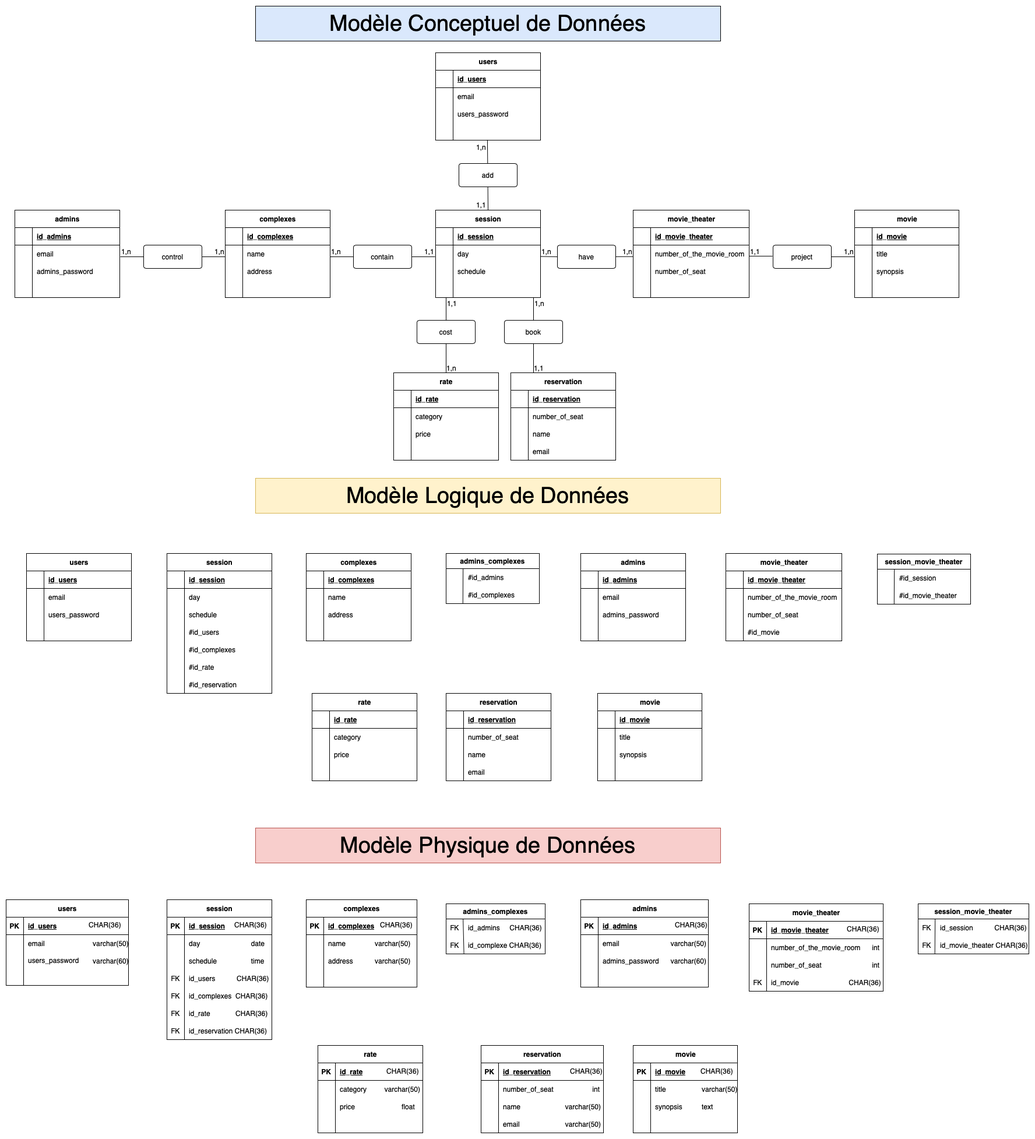
Above: Merise-Theater.png in coraline9d/Theater (draw.io), before the change. Source tidied: cells renumbered, new cells last; positions are measured from the earlier drawing's top-left corner, leaving out a move shared by most shapes.
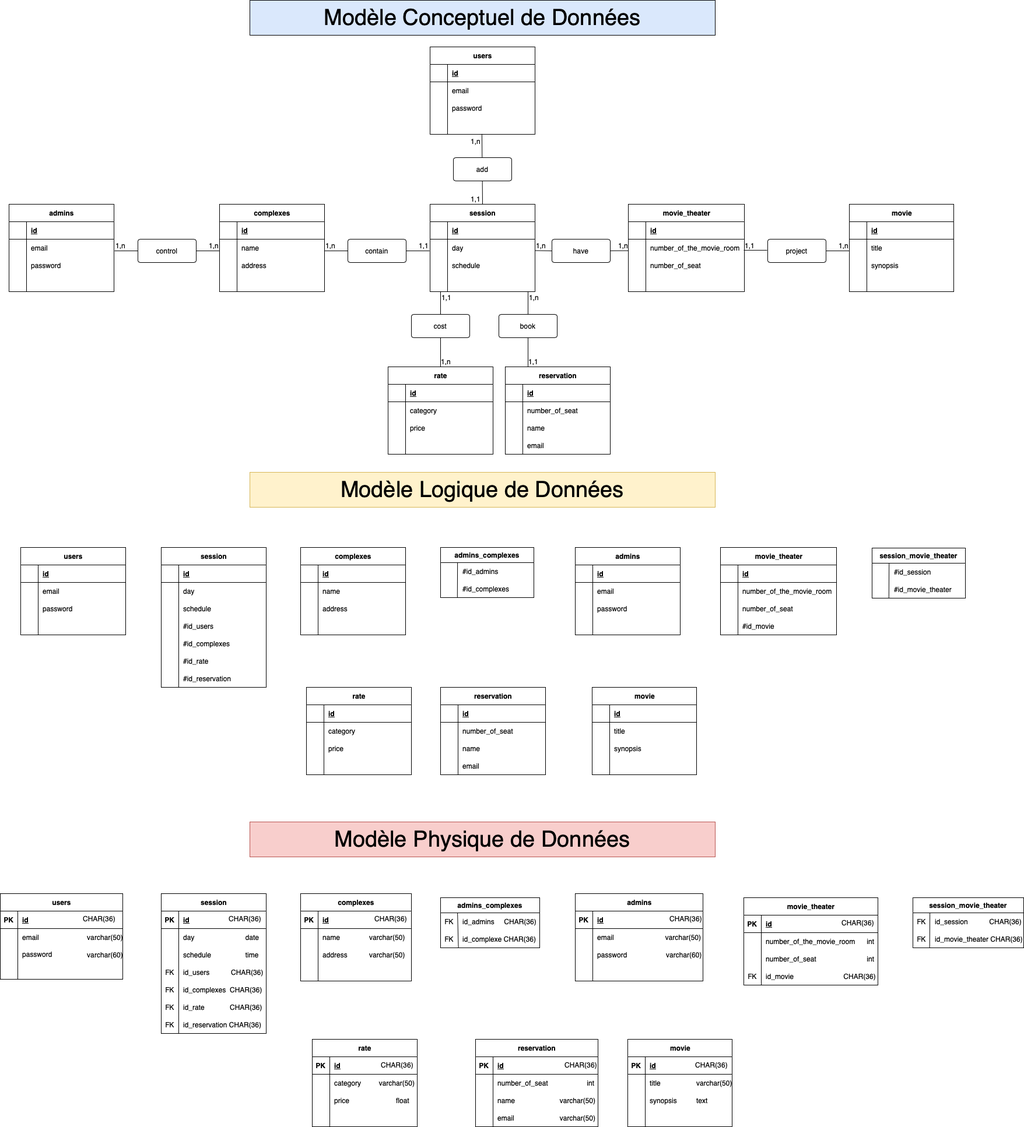
After the commit.

Change to the diagram source:
```diff
@@ -13,3 +13,3 @@
     </mxCell>
-    <mxCell id="5" value="id_complexes" style="shape=partialRectangle;fillColor=none;top=0;left=0;bottom=0;right=0;align=left;spacingLeft=6;fontStyle=5;overflow=hidden;whiteSpace=wrap;html=1;" parent="3" vertex="1">
+    <mxCell id="5" value="id" style="shape=partialRectangle;fillColor=none;top=0;left=0;bottom=0;right=0;align=left;spacingLeft=6;fontStyle=5;overflow=hidden;whiteSpace=wrap;html=1;" parent="3" vertex="1">
       <mxGeometry x="30" width="150" height="30" as="geometry" />
@@ -52,3 +52,3 @@
     </mxCell>
-    <mxCell id="18" value="id_session" style="shape=partialRectangle;fillColor=none;top=0;left=0;bottom=0;right=0;align=left;spacingLeft=6;fontStyle=5;overflow=hidden;whiteSpace=wrap;html=1;" parent="16" vertex="1">
+    <mxCell id="18" value="id" style="shape=partialRectangle;fillColor=none;top=0;left=0;bottom=0;right=0;align=left;spacingLeft=6;fontStyle=5;overflow=hidden;whiteSpace=wrap;html=1;" parent="16" vertex="1">
       <mxGeometry x="30" width="150" height="30" as="geometry" />
@@ -102,3 +102,3 @@
     <mxCell id="33" value="movie_theater" style="shape=table;startSize=30;rowLines=0;fontStyle=1;align=center;html=1;" parent="1" vertex="1">
-      <mxGeometry x="1076" y="350" width="199" height="150" as="geometry" />
+      <mxGeometry x="1077" y="350" width="199" height="150" as="geometry" />
     </mxCell>
@@ -110,3 +110,3 @@
     </mxCell>
-    <mxCell id="36" value="id_movie_theater" style="shape=partialRectangle;fillColor=none;top=0;left=0;bottom=0;right=0;align=left;spacingLeft=6;fontStyle=5;overflow=hidden;whiteSpace=wrap;html=1;" parent="34" vertex="1">
+    <mxCell id="36" value="id" style="shape=partialRectangle;fillColor=none;top=0;left=0;bottom=0;right=0;align=left;spacingLeft=6;fontStyle=5;overflow=hidden;whiteSpace=wrap;html=1;" parent="34" vertex="1">
       <mxGeometry x="30" width="169" height="30" as="geometry" />
@@ -166,3 +166,3 @@
     </mxCell>
-    <mxCell id="54" value="id_movie" style="shape=partialRectangle;fillColor=none;top=0;left=0;bottom=0;right=0;align=left;spacingLeft=6;fontStyle=5;overflow=hidden;whiteSpace=wrap;html=1;" parent="52" vertex="1">
+    <mxCell id="54" value="id" style="shape=partialRectangle;fillColor=none;top=0;left=0;bottom=0;right=0;align=left;spacingLeft=6;fontStyle=5;overflow=hidden;whiteSpace=wrap;html=1;" parent="52" vertex="1">
       <mxGeometry x="30" width="149" height="30" as="geometry" />
@@ -227,3 +227,3 @@
     </mxCell>
-    <mxCell id="72" value="id_rate" style="shape=partialRectangle;fillColor=none;top=0;left=0;bottom=0;right=0;align=left;spacingLeft=6;fontStyle=5;overflow=hidden;whiteSpace=wrap;html=1;" parent="70" vertex="1">
+    <mxCell id="72" value="id" style="shape=partialRectangle;fillColor=none;top=0;left=0;bottom=0;right=0;align=left;spacingLeft=6;fontStyle=5;overflow=hidden;whiteSpace=wrap;html=1;" parent="70" vertex="1">
       <mxGeometry x="30" width="150" height="30" as="geometry" />
@@ -284,3 +284,3 @@
     </mxCell>
-    <mxCell id="89" value="id_reservation" style="shape=partialRectangle;fillColor=none;top=0;left=0;bottom=0;right=0;align=left;spacingLeft=6;fontStyle=5;overflow=hidden;whiteSpace=wrap;html=1;" parent="87" vertex="1">
+    <mxCell id="89" value="id" style="shape=partialRectangle;fillColor=none;top=0;left=0;bottom=0;right=0;align=left;spacingLeft=6;fontStyle=5;overflow=hidden;whiteSpace=wrap;html=1;" parent="87" vertex="1">
       <mxGeometry x="30" width="150" height="30" as="geometry" />
@@ -323,3 +323,3 @@
     </mxCell>
-    <mxCell id="102" value="id_users" style="shape=partialRectangle;fillColor=none;top=0;left=0;bottom=0;right=0;align=left;spacingLeft=6;fontStyle=5;overflow=hidden;whiteSpace=wrap;html=1;" parent="100" vertex="1">
+    <mxCell id="102" value="id" style="shape=partialRectangle;fillColor=none;top=0;left=0;bottom=0;right=0;align=left;spacingLeft=6;fontStyle=5;overflow=hidden;whiteSpace=wrap;html=1;" parent="100" vertex="1">
       <mxGeometry x="30" width="150" height="30" as="geometry" />
@@ -341,3 +341,3 @@
     </mxCell>
-    <mxCell id="108" value="users_password" style="shape=partialRectangle;fillColor=none;top=0;left=0;bottom=0;right=0;align=left;spacingLeft=6;overflow=hidden;whiteSpace=wrap;html=1;" parent="106" vertex="1">
+    <mxCell id="108" value="password" style="shape=partialRectangle;fillColor=none;top=0;left=0;bottom=0;right=0;align=left;spacingLeft=6;overflow=hidden;whiteSpace=wrap;html=1;" parent="106" vertex="1">
       <mxGeometry x="30" width="150" height="30" as="geometry" />
@@ -381,3 +381,3 @@
     </mxCell>
-    <mxCell id="119" value="id_admins" style="shape=partialRectangle;fillColor=none;top=0;left=0;bottom=0;right=0;align=left;spacingLeft=6;fontStyle=5;overflow=hidden;whiteSpace=wrap;html=1;" parent="117" vertex="1">
+    <mxCell id="119" value="id" style="shape=partialRectangle;fillColor=none;top=0;left=0;bottom=0;right=0;align=left;spacingLeft=6;fontStyle=5;overflow=hidden;whiteSpace=wrap;html=1;" parent="117" vertex="1">
       <mxGeometry x="30" width="150" height="30" as="geometry" />
@@ -399,3 +399,3 @@
     </mxCell>
-    <mxCell id="125" value="admins_password" style="shape=partialRectangle;fillColor=none;top=0;left=0;bottom=0;right=0;align=left;spacingLeft=6;overflow=hidden;whiteSpace=wrap;html=1;" parent="123" vertex="1">
+    <mxCell id="125" value="password" style="shape=partialRectangle;fillColor=none;top=0;left=0;bottom=0;right=0;align=left;spacingLeft=6;overflow=hidden;whiteSpace=wrap;html=1;" parent="123" vertex="1">
       <mxGeometry x="30" width="150" height="30" as="geometry" />
@@ -458,3 +458,3 @@
     </mxCell>
-    <mxCell id="142" value="id_users" style="shape=partialRectangle;fillColor=none;top=0;left=0;bottom=0;right=0;align=left;spacingLeft=6;fontStyle=5;overflow=hidden;whiteSpace=wrap;html=1;" parent="140" vertex="1">
+    <mxCell id="142" value="id" style="shape=partialRectangle;fillColor=none;top=0;left=0;bottom=0;right=0;align=left;spacingLeft=6;fontStyle=5;overflow=hidden;whiteSpace=wrap;html=1;" parent="140" vertex="1">
       <mxGeometry x="30" width="150" height="30" as="geometry" />
@@ -476,3 +476,3 @@
     </mxCell>
-    <mxCell id="148" value="users_password" style="shape=partialRectangle;fillColor=none;top=0;left=0;bottom=0;right=0;align=left;spacingLeft=6;overflow=hidden;whiteSpace=wrap;html=1;" parent="146" vertex="1">
+    <mxCell id="148" value="password" style="shape=partialRectangle;fillColor=none;top=0;left=0;bottom=0;right=0;align=left;spacingLeft=6;overflow=hidden;whiteSpace=wrap;html=1;" parent="146" vertex="1">
       <mxGeometry x="30" width="150" height="30" as="geometry" />
@@ -497,3 +497,3 @@
     </mxCell>
-    <mxCell id="155" value="id_session" style="shape=partialRectangle;fillColor=none;top=0;left=0;bottom=0;right=0;align=left;spacingLeft=6;fontStyle=5;overflow=hidden;whiteSpace=wrap;html=1;" parent="153" vertex="1">
+    <mxCell id="155" value="id" style="shape=partialRectangle;fillColor=none;top=0;left=0;bottom=0;right=0;align=left;spacingLeft=6;fontStyle=5;overflow=hidden;whiteSpace=wrap;html=1;" parent="153" vertex="1">
       <mxGeometry x="30" width="150" height="30" as="geometry" />
@@ -563,3 +563,3 @@
     </mxCell>
-    <mxCell id="177" value="id_complexes" style="shape=partialRectangle;fillColor=none;top=0;left=0;bottom=0;right=0;align=left;spacingLeft=6;fontStyle=5;overflow=hidden;whiteSpace=wrap;html=1;" parent="175" vertex="1">
+    <mxCell id="177" value="id" style="shape=partialRectangle;fillColor=none;top=0;left=0;bottom=0;right=0;align=left;spacingLeft=6;fontStyle=5;overflow=hidden;whiteSpace=wrap;html=1;" parent="175" vertex="1">
       <mxGeometry x="30" width="150" height="30" as="geometry" />
@@ -605,3 +605,3 @@
     </mxCell>
-    <mxCell id="191" value="id_admins" style="shape=partialRectangle;fillColor=none;top=0;left=0;bottom=0;right=0;align=left;spacingLeft=6;fontStyle=5;overflow=hidden;whiteSpace=wrap;html=1;" parent="189" vertex="1">
+    <mxCell id="191" value="id" style="shape=partialRectangle;fillColor=none;top=0;left=0;bottom=0;right=0;align=left;spacingLeft=6;fontStyle=5;overflow=hidden;whiteSpace=wrap;html=1;" parent="189" vertex="1">
       <mxGeometry x="30" width="150" height="30" as="geometry" />
@@ -623,3 +623,3 @@
     </mxCell>
-    <mxCell id="197" value="admins_password" style="shape=partialRectangle;fillColor=none;top=0;left=0;bottom=0;right=0;align=left;spacingLeft=6;overflow=hidden;whiteSpace=wrap;html=1;" parent="195" vertex="1">
+    <mxCell id="197" value="password" style="shape=partialRectangle;fillColor=none;top=0;left=0;bottom=0;right=0;align=left;spacingLeft=6;overflow=hidden;whiteSpace=wrap;html=1;" parent="195" vertex="1">
       <mxGeometry x="30" width="150" height="30" as="geometry" />
@@ -644,3 +644,3 @@
     </mxCell>
-    <mxCell id="204" value="id_movie_theater" style="shape=partialRectangle;fillColor=none;top=0;left=0;bottom=0;right=0;align=left;spacingLeft=6;fontStyle=5;overflow=hidden;whiteSpace=wrap;html=1;" parent="202" vertex="1">
+    <mxCell id="204" value="id" style="shape=partialRectangle;fillColor=none;top=0;left=0;bottom=0;right=0;align=left;spacingLeft=6;fontStyle=5;overflow=hidden;whiteSpace=wrap;html=1;" parent="202" vertex="1">
       <mxGeometry x="30" width="169" height="30" as="geometry" />
@@ -683,3 +683,3 @@
     </mxCell>
-    <mxCell id="217" value="id_movie" style="shape=partialRectangle;fillColor=none;top=0;left=0;bottom=0;right=0;align=left;spacingLeft=6;fontStyle=5;overflow=hidden;whiteSpace=wrap;html=1;" parent="215" vertex="1">
+    <mxCell id="217" value="id" style="shape=partialRectangle;fillColor=none;top=0;left=0;bottom=0;right=0;align=left;spacingLeft=6;fontStyle=5;overflow=hidden;whiteSpace=wrap;html=1;" parent="215" vertex="1">
       <mxGeometry x="30" width="149" height="30" as="geometry" />
@@ -722,3 +722,3 @@
     </mxCell>
-    <mxCell id="230" value="id_reservation" style="shape=partialRectangle;fillColor=none;top=0;left=0;bottom=0;right=0;align=left;spacingLeft=6;fontStyle=5;overflow=hidden;whiteSpace=wrap;html=1;" parent="228" vertex="1">
+    <mxCell id="230" value="id" style="shape=partialRectangle;fillColor=none;top=0;left=0;bottom=0;right=0;align=left;spacingLeft=6;fontStyle=5;overflow=hidden;whiteSpace=wrap;html=1;" parent="228" vertex="1">
       <mxGeometry x="30" width="150" height="30" as="geometry" />
@@ -761,3 +761,3 @@
     </mxCell>
-    <mxCell id="243" value="id_rate" style="shape=partialRectangle;fillColor=none;top=0;left=0;bottom=0;right=0;align=left;spacingLeft=6;fontStyle=5;overflow=hidden;whiteSpace=wrap;html=1;" parent="241" vertex="1">
+    <mxCell id="243" value="id" style="shape=partialRectangle;fillColor=none;top=0;left=0;bottom=0;right=0;align=left;spacingLeft=6;fontStyle=5;overflow=hidden;whiteSpace=wrap;html=1;" parent="241" vertex="1">
       <mxGeometry x="30" width="150" height="30" as="geometry" />
@@ -803,3 +803,3 @@
     </mxCell>
-    <mxCell id="257" value="id_users&lt;span style=&quot;white-space: pre;&quot;&gt;&lt;span style=&quot;white-space: pre;&quot;&gt;&lt;span style=&quot;white-space: pre;&quot;&gt;&lt;/span&gt;&lt;/span&gt;&lt;/span&gt;" style="shape=partialRectangle;fillColor=none;top=0;left=0;bottom=0;right=0;align=left;spacingLeft=6;fontStyle=5;overflow=hidden;whiteSpace=wrap;html=1;" parent="255" vertex="1">
+    <mxCell id="257" value="id" style="shape=partialRectangle;fillColor=none;top=0;left=0;bottom=0;right=0;align=left;spacingLeft=6;fontStyle=5;overflow=hidden;whiteSpace=wrap;html=1;" parent="255" vertex="1">
       <mxGeometry x="30" width="180" height="30" as="geometry" />
@@ -821,3 +821,3 @@
     </mxCell>
-    <mxCell id="263" value="users_password" style="shape=partialRectangle;fillColor=none;top=0;left=0;bottom=0;right=0;align=left;spacingLeft=6;overflow=hidden;whiteSpace=wrap;html=1;" parent="261" vertex="1">
+    <mxCell id="263" value="password" style="shape=partialRectangle;fillColor=none;top=0;left=0;bottom=0;right=0;align=left;spacingLeft=6;overflow=hidden;whiteSpace=wrap;html=1;" parent="261" vertex="1">
       <mxGeometry x="30" width="180" height="27" as="geometry" />
@@ -842,3 +842,3 @@
     </mxCell>
-    <mxCell id="270" value="id_session" style="shape=partialRectangle;fillColor=none;top=0;left=0;bottom=0;right=0;align=left;spacingLeft=6;fontStyle=5;overflow=hidden;whiteSpace=wrap;html=1;" parent="268" vertex="1">
+    <mxCell id="270" value="id" style="shape=partialRectangle;fillColor=none;top=0;left=0;bottom=0;right=0;align=left;spacingLeft=6;fontStyle=5;overflow=hidden;whiteSpace=wrap;html=1;" parent="268" vertex="1">
       <mxGeometry x="30" width="150" height="30" as="geometry" />
@@ -908,3 +908,3 @@
     </mxCell>
-    <mxCell id="292" value="id_complexes" style="shape=partialRectangle;fillColor=none;top=0;left=0;bottom=0;right=0;align=left;spacingLeft=6;fontStyle=5;overflow=hidden;whiteSpace=wrap;html=1;" parent="290" vertex="1">
+    <mxCell id="292" value="id" style="shape=partialRectangle;fillColor=none;top=0;left=0;bottom=0;right=0;align=left;spacingLeft=6;fontStyle=5;overflow=hidden;whiteSpace=wrap;html=1;" parent="290" vertex="1">
       <mxGeometry x="30" width="160" height="30" as="geometry" />
@@ -947,3 +947,3 @@
     </mxCell>
-    <mxCell id="305" value="id_admins" style="shape=partialRectangle;fillColor=none;top=0;left=0;bottom=0;right=0;align=left;spacingLeft=6;fontStyle=5;overflow=hidden;whiteSpace=wrap;html=1;" parent="303" vertex="1">
+    <mxCell id="305" value="id" style="shape=partialRectangle;fillColor=none;top=0;left=0;bottom=0;right=0;align=left;spacingLeft=6;fontStyle=5;overflow=hidden;whiteSpace=wrap;html=1;" parent="303" vertex="1">
       <mxGeometry x="30" width="189" height="30" as="geometry" />
@@ -965,3 +965,3 @@
     </mxCell>
-    <mxCell id="311" value="admins_password &amp;nbsp; &amp;nbsp; &amp;nbsp;&lt;span style=&quot;white-space: pre;&quot;&gt;&lt;span style=&quot;white-space: pre;&quot;&gt;varchar(60)&lt;/span&gt;&lt;/span&gt;" style="shape=partialRectangle;fillColor=none;top=0;left=0;bottom=0;right=0;align=left;spacingLeft=6;overflow=hidden;whiteSpace=wrap;html=1;" parent="309" vertex="1">
+    <mxCell id="311" value="password &amp;nbsp; &amp;nbsp; &amp;nbsp; &amp;nbsp; &amp;nbsp; &amp;nbsp; &amp;nbsp; &amp;nbsp; &amp;nbsp; &amp;nbsp;&lt;span style=&quot;white-space: pre;&quot;&gt;&lt;span style=&quot;white-space: pre;&quot;&gt;varchar(60)&lt;/span&gt;&lt;/span&gt;" style="shape=partialRectangle;fillColor=none;top=0;left=0;bottom=0;right=0;align=left;spacingLeft=6;overflow=hidden;whiteSpace=wrap;html=1;" parent="309" vertex="1">
       <mxGeometry x="30" width="189" height="30" as="geometry" />
@@ -986,3 +986,3 @@
     </mxCell>
-    <mxCell id="318" value="id_movie_theater" style="shape=partialRectangle;fillColor=none;top=0;left=0;bottom=0;right=0;align=left;spacingLeft=6;fontStyle=5;overflow=hidden;whiteSpace=wrap;html=1;" parent="316" vertex="1">
+    <mxCell id="318" value="id" style="shape=partialRectangle;fillColor=none;top=0;left=0;bottom=0;right=0;align=left;spacingLeft=6;fontStyle=5;overflow=hidden;whiteSpace=wrap;html=1;" parent="316" vertex="1">
       <mxGeometry x="30" width="200" height="30" as="geometry" />
@@ -1025,3 +1025,3 @@
     </mxCell>
-    <mxCell id="331" value="id_movie" style="shape=partialRectangle;fillColor=none;top=0;left=0;bottom=0;right=0;align=left;spacingLeft=6;fontStyle=5;overflow=hidden;whiteSpace=wrap;html=1;" parent="329" vertex="1">
+    <mxCell id="331" value="id" style="shape=partialRectangle;fillColor=none;top=0;left=0;bottom=0;right=0;align=left;spacingLeft=6;fontStyle=5;overflow=hidden;whiteSpace=wrap;html=1;" parent="329" vertex="1">
       <mxGeometry x="30" width="149" height="30" as="geometry" />
@@ -1064,3 +1064,3 @@
     </mxCell>
-    <mxCell id="344" value="id_reservation" style="shape=partialRectangle;fillColor=none;top=0;left=0;bottom=0;right=0;align=left;spacingLeft=6;fontStyle=5;overflow=hidden;whiteSpace=wrap;html=1;" parent="342" vertex="1">
+    <mxCell id="344" value="id" style="shape=partialRectangle;fillColor=none;top=0;left=0;bottom=0;right=0;align=left;spacingLeft=6;fontStyle=5;overflow=hidden;whiteSpace=wrap;html=1;" parent="342" vertex="1">
       <mxGeometry x="30" width="180" height="30" as="geometry" />
@@ -1103,3 +1103,3 @@
     </mxCell>
-    <mxCell id="357" value="id_rate" style="shape=partialRectangle;fillColor=none;top=0;left=0;bottom=0;right=0;align=left;spacingLeft=6;fontStyle=5;overflow=hidden;whiteSpace=wrap;html=1;" parent="355" vertex="1">
+    <mxCell id="357" value="id" style="shape=partialRectangle;fillColor=none;top=0;left=0;bottom=0;right=0;align=left;spacingLeft=6;fontStyle=5;overflow=hidden;whiteSpace=wrap;html=1;" parent="355" vertex="1">
       <mxGeometry x="30" width="150" height="30" as="geometry" />
```
